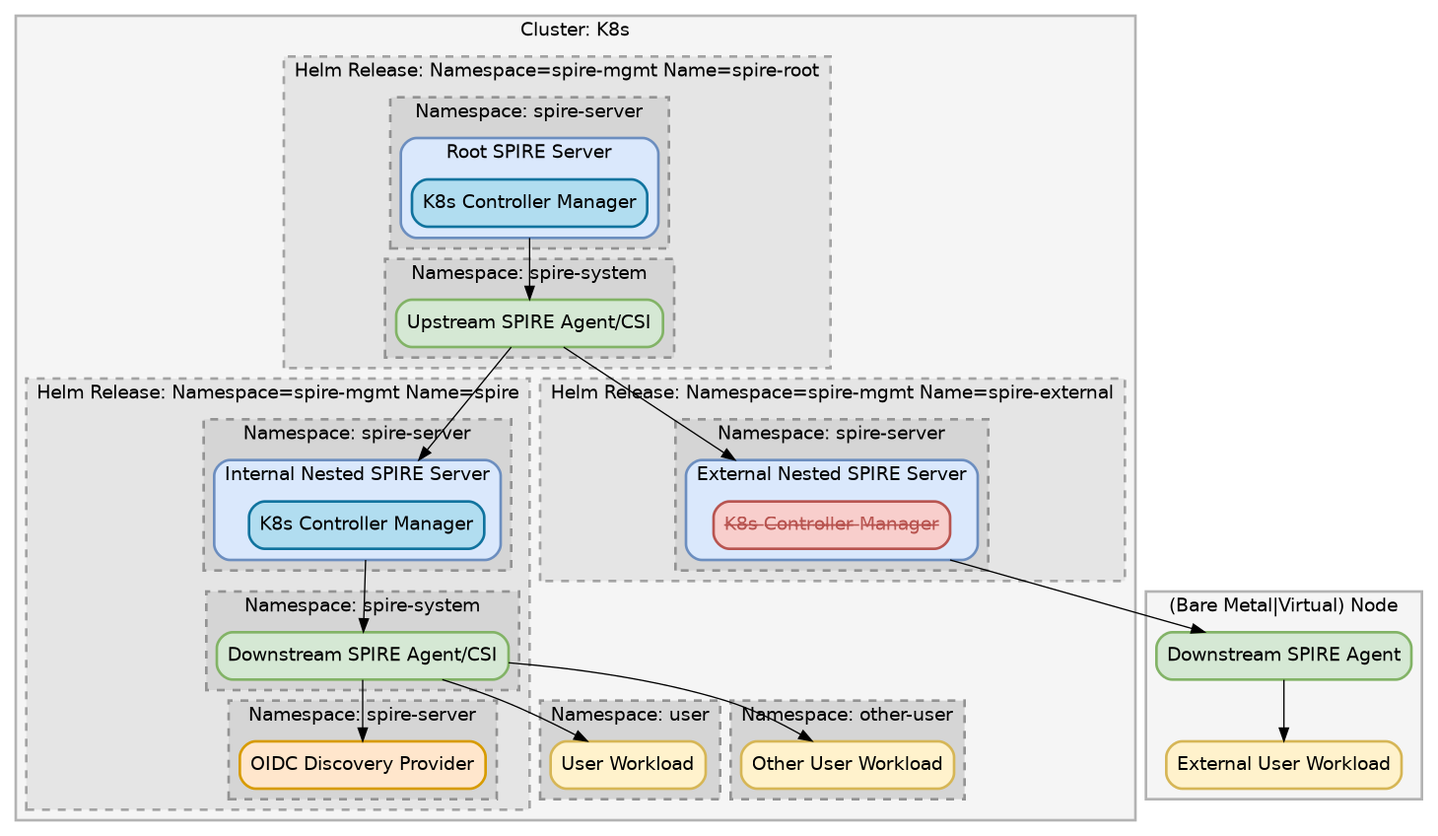
Before: static/img/spire-helm-charts-hardened/singlehardened.png, a diagram exported from Graphviz (spiffe/spiffe.io). Its source is kept beside it as static/img/spire-helm-charts-hardened/singlehardened.dot.
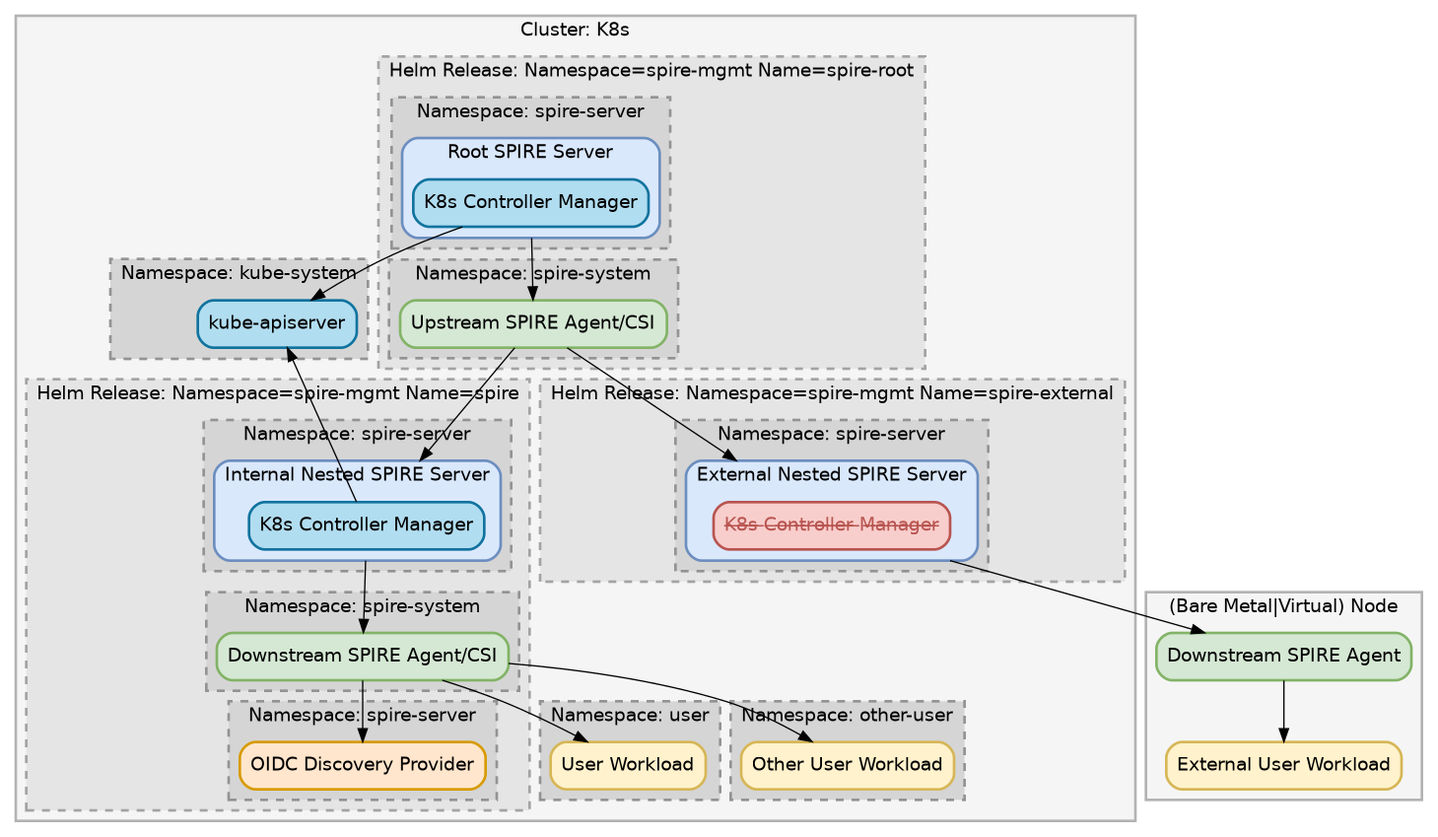
The same diagram one commit later.

The edit, as a diff of the source:
```diff
@@ -38,6 +38,13 @@
         label="Namespace: spire-system"
         spireUpstreamAgent1 [label="Upstream SPIRE Agent/CSI",shape="box",style="rounded,solid,filled,bold",color="#82b366",fillcolor="#d5e8d4"];
       }
+    }
+    subgraph cluster_ns_root_kube_system {
+      style="filled,dashed,bold";
+      color="#939393";
+      fillcolor="#d5d5d5";
+      label="Namespace: kube-system"
+      kubeApiServerRoot [label="kube-apiserver",shape="record",style="rounded,solid,filled,bold",color="#10739e",fillcolor="#b1ddf0"];
     }
     subgraph cluster_nested1_release {
       label="Helm Release: Namespace=spire-mgmt Name=spire"
@@ -105,14 +112,16 @@
         }
       }
     }
-    spireRoot -> spireUpstreamAgent1 [ltail=cluster_ns_root_server_obj];
-    spireUpstreamAgent1 -> spireServerNested1 [lhead=cluster_ns_internal_server_obj];
-    spireServerNested1 -> spireDownstreamAgent1 [ltail=cluster_ns_internal_server_obj];
-    spireDownstreamAgent1 -> userWorkload1;
-    spireDownstreamAgent1 -> userWorkload2;
-    spireUpstreamAgent1 -> spireServerNested2 [lhead=cluster_ns_external_server_obj];
-    spireServerNested2 -> spireDownstreamAgent3 [ltail=cluster_ns_external_server_obj];
-    spireDownstreamAgent3 -> userWorkload3;
-    spireDownstreamAgent1 -> oidc;
   }
+  spireRoot -> kubeApiServerRoot;
+  spireServerNested1 -> kubeApiServerRoot [weight=0];
+  spireRoot -> spireUpstreamAgent1 [ltail=cluster_ns_root_server_obj];
+  spireUpstreamAgent1 -> spireServerNested1 [lhead=cluster_ns_internal_server_obj];
+  spireServerNested1 -> spireDownstreamAgent1 [ltail=cluster_ns_internal_server_obj];
+  spireDownstreamAgent1 -> userWorkload1;
+  spireDownstreamAgent1 -> userWorkload2;
+  spireUpstreamAgent1 -> spireServerNested2 [lhead=cluster_ns_external_server_obj];
+  spireServerNested2 -> spireDownstreamAgent3 [ltail=cluster_ns_external_server_obj];
+  spireDownstreamAgent3 -> userWorkload3;
+  spireDownstreamAgent1 -> oidc;
 }
```
